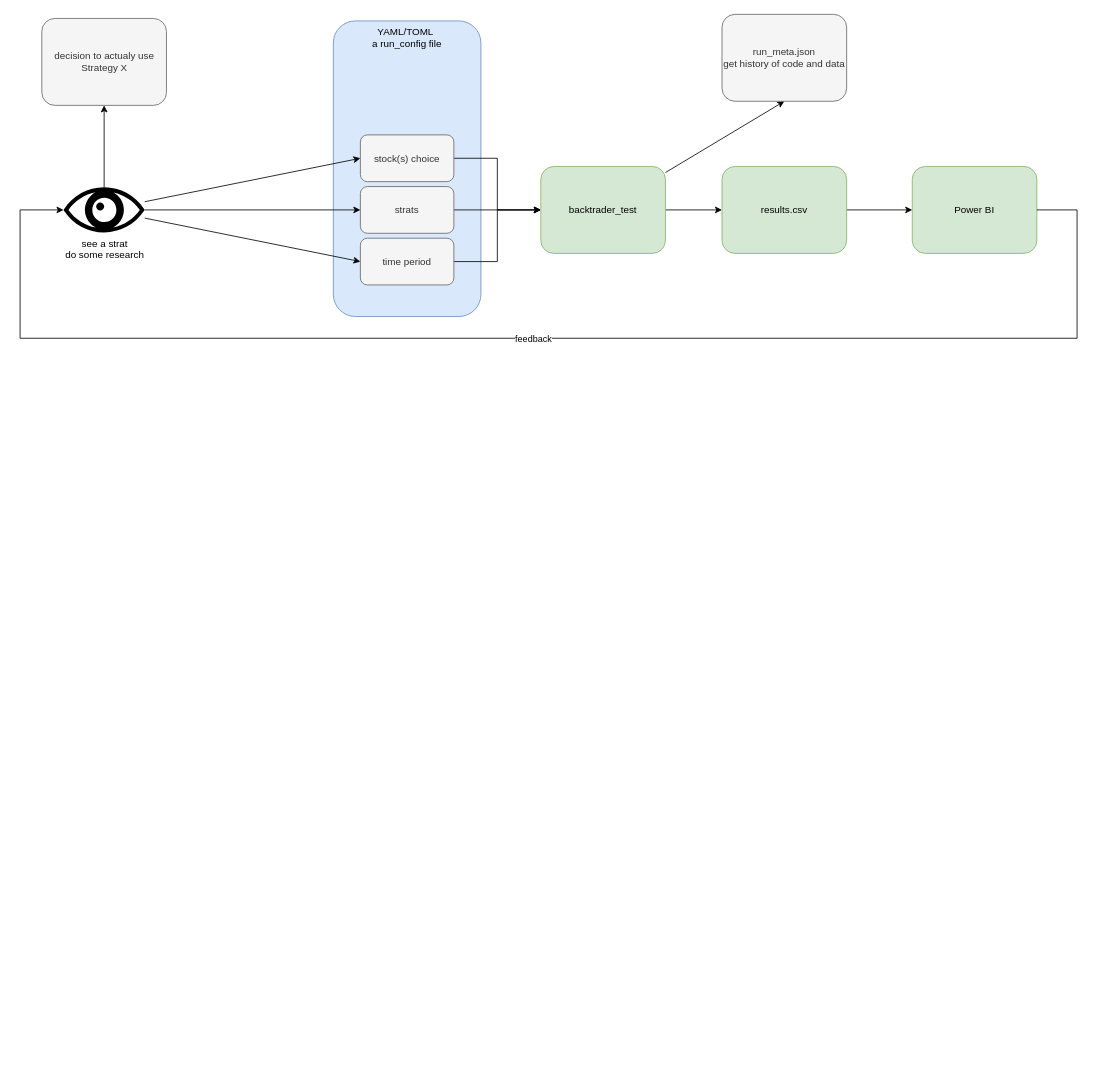
This is page "Page-1" (1 of 4) of Informations.drawio from sh4r-KO/special-tribble, a draw.io file, before an edit. Source tidied: cells renumbered, new cells numbered last; positions are measured from the earlier drawing's top-left corner, leaving out a move shared by most shapes. Both pictures are drawn from the tidied source at 82%, with x=0, y=0 at pixel (20, 14).
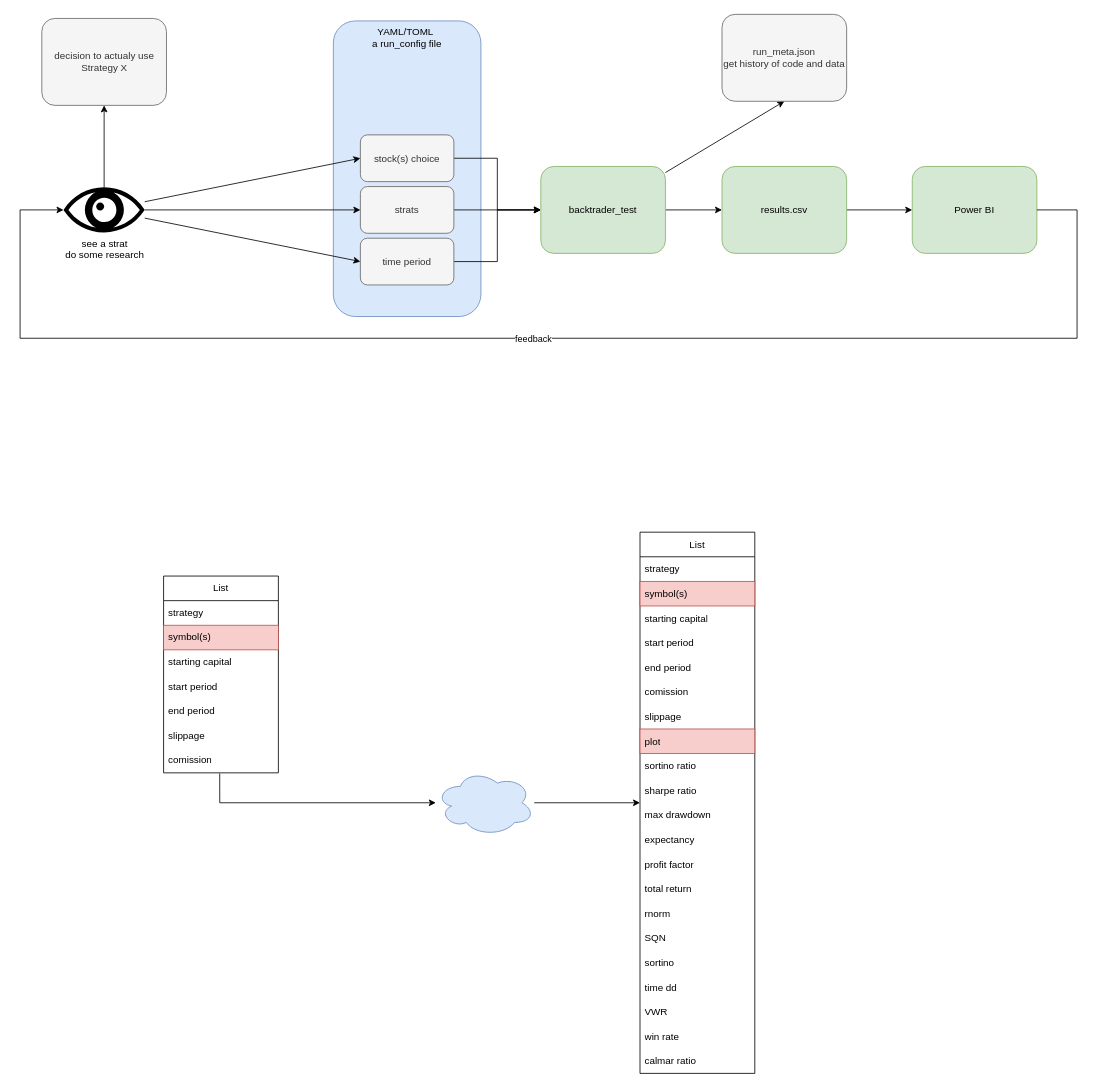
The same page after the edit.

Diff of the diagram source:
```diff
@@
+    <mxCell id="24" style="edgeStyle=orthogonalEdgeStyle;rounded=0;jettySize=auto;html=1;" parent="1" edge="1" source="56" target="34">
+      <mxGeometry relative="1" as="geometry" />
+    </mxCell>
+    <mxCell id="25" style="edgeStyle=orthogonalEdgeStyle;rounded=0;jettySize=auto;html=1;exitX=0.489;exitY=1.027;exitDx=0;exitDy=0;exitPerimeter=0;" parent="1" edge="1" source="33" target="56">
+      <mxGeometry relative="1" as="geometry" />
+    </mxCell>
+    <mxCell id="26" value="List" style="swimlane;fontStyle=0;horizontal=1;startSize=30;whiteSpace=wrap;html=1;" parent="1" vertex="1">
+      <mxGeometry x="175" y="685" width="140" height="240" as="geometry" />
+    </mxCell>
+    <mxCell id="27" value="strategy" style="text;strokeColor=none;fillColor=none;align=left;verticalAlign=middle;spacingLeft=4;spacingRight=4;overflow=hidden;whiteSpace=wrap;html=1;" parent="26" vertex="1">
+      <mxGeometry y="30" width="140" height="30" as="geometry" />
+    </mxCell>
+    <mxCell id="28" value="symbol(s)" style="text;strokeColor=#b85450;fillColor=#f8cecc;align=left;verticalAlign=middle;spacingLeft=4;spacingRight=4;overflow=hidden;whiteSpace=wrap;html=1;" parent="26" vertex="1">
+      <mxGeometry y="60" width="140" height="30" as="geometry" />
+    </mxCell>
+    <mxCell id="29" value="starting capital" style="text;strokeColor=none;fillColor=none;align=left;verticalAlign=middle;spacingLeft=4;spacingRight=4;overflow=hidden;whiteSpace=wrap;html=1;" parent="26" vertex="1">
+      <mxGeometry y="90" width="140" height="30" as="geometry" />
+    </mxCell>
+    <mxCell id="30" value="start period" style="text;strokeColor=none;fillColor=none;align=left;verticalAlign=middle;spacingLeft=4;spacingRight=4;overflow=hidden;whiteSpace=wrap;html=1;" parent="26" vertex="1">
+      <mxGeometry y="120" width="140" height="30" as="geometry" />
+    </mxCell>
+    <mxCell id="31" value="end period" style="text;strokeColor=none;fillColor=none;align=left;verticalAlign=middle;spacingLeft=4;spacingRight=4;overflow=hidden;whiteSpace=wrap;html=1;" parent="26" vertex="1">
+      <mxGeometry y="150" width="140" height="30" as="geometry" />
+    </mxCell>
+    <mxCell id="32" value="slippage" style="text;strokeColor=none;fillColor=none;align=left;verticalAlign=middle;spacingLeft=4;spacingRight=4;overflow=hidden;whiteSpace=wrap;html=1;" parent="26" vertex="1">
+      <mxGeometry y="180" width="140" height="30" as="geometry" />
+    </mxCell>
+    <mxCell id="33" value="comission" style="text;strokeColor=none;fillColor=none;align=left;verticalAlign=middle;spacingLeft=4;spacingRight=4;overflow=hidden;points=[[0,0.5],[1,0.5]];portConstraint=eastwest;whiteSpace=wrap;html=1;" parent="26" vertex="1">
+      <mxGeometry y="210" width="140" height="30" as="geometry" />
+    </mxCell>
+    <mxCell id="34" value="List" style="swimlane;fontStyle=0;horizontal=1;startSize=30;whiteSpace=wrap;html=1;" parent="1" vertex="1">
+      <mxGeometry x="756" y="631.5" width="140" height="660" as="geometry" />
+    </mxCell>
+    <mxCell id="35" value="strategy" style="text;strokeColor=none;fillColor=none;align=left;verticalAlign=middle;spacingLeft=4;spacingRight=4;overflow=hidden;whiteSpace=wrap;html=1;" parent="34" vertex="1">
+      <mxGeometry y="30" width="140" height="30" as="geometry" />
+    </mxCell>
+    <mxCell id="36" value="symbol(s)" style="text;strokeColor=#b85450;fillColor=#f8cecc;align=left;verticalAlign=middle;spacingLeft=4;spacingRight=4;overflow=hidden;whiteSpace=wrap;html=1;" parent="34" vertex="1">
+      <mxGeometry y="60" width="140" height="30" as="geometry" />
+    </mxCell>
+    <mxCell id="37" value="starting capital" style="text;strokeColor=none;fillColor=none;align=left;verticalAlign=middle;spacingLeft=4;spacingRight=4;overflow=hidden;whiteSpace=wrap;html=1;" parent="34" vertex="1">
+      <mxGeometry y="90" width="140" height="30" as="geometry" />
+    </mxCell>
+    <mxCell id="38" value="start period" style="text;strokeColor=none;fillColor=none;align=left;verticalAlign=middle;spacingLeft=4;spacingRight=4;overflow=hidden;whiteSpace=wrap;html=1;" parent="34" vertex="1">
+      <mxGeometry y="120" width="140" height="30" as="geometry" />
+    </mxCell>
+    <mxCell id="39" value="end period" style="text;strokeColor=none;fillColor=none;align=left;verticalAlign=middle;spacingLeft=4;spacingRight=4;overflow=hidden;whiteSpace=wrap;html=1;" parent="34" vertex="1">
+      <mxGeometry y="150" width="140" height="30" as="geometry" />
+    </mxCell>
+    <mxCell id="40" value="comission" style="text;strokeColor=none;fillColor=none;align=left;verticalAlign=middle;spacingLeft=4;spacingRight=4;overflow=hidden;whiteSpace=wrap;html=1;" parent="34" vertex="1">
+      <mxGeometry y="180" width="140" height="30" as="geometry" />
+    </mxCell>
+    <mxCell id="41" value="slippage" style="text;strokeColor=none;fillColor=none;align=left;verticalAlign=middle;spacingLeft=4;spacingRight=4;overflow=hidden;whiteSpace=wrap;html=1;" parent="34" vertex="1">
+      <mxGeometry y="210" width="140" height="30" as="geometry" />
+    </mxCell>
+    <mxCell id="42" value="plot" style="text;strokeColor=#b85450;fillColor=#f8cecc;align=left;verticalAlign=middle;spacingLeft=4;spacingRight=4;overflow=hidden;whiteSpace=wrap;html=1;" parent="34" vertex="1">
+      <mxGeometry y="240" width="140" height="30" as="geometry" />
+    </mxCell>
+    <mxCell id="43" value="sortino ratio" style="text;strokeColor=none;fillColor=none;align=left;verticalAlign=middle;spacingLeft=4;spacingRight=4;overflow=hidden;whiteSpace=wrap;html=1;" parent="34" vertex="1">
+      <mxGeometry y="270" width="140" height="30" as="geometry" />
+    </mxCell>
+    <mxCell id="44" value="sharpe ratio" style="text;strokeColor=none;fillColor=none;align=left;verticalAlign=middle;spacingLeft=4;spacingRight=4;overflow=hidden;whiteSpace=wrap;html=1;" parent="34" vertex="1">
+      <mxGeometry y="300" width="140" height="30" as="geometry" />
+    </mxCell>
+    <mxCell id="45" value="max drawdown" style="text;strokeColor=none;fillColor=none;align=left;verticalAlign=middle;spacingLeft=4;spacingRight=4;overflow=hidden;whiteSpace=wrap;html=1;" parent="34" vertex="1">
+      <mxGeometry y="330" width="140" height="30" as="geometry" />
+    </mxCell>
+    <mxCell id="46" value="expectancy" style="text;strokeColor=none;fillColor=none;align=left;verticalAlign=middle;spacingLeft=4;spacingRight=4;overflow=hidden;whiteSpace=wrap;html=1;" parent="34" vertex="1">
+      <mxGeometry y="360" width="140" height="30" as="geometry" />
+    </mxCell>
+    <mxCell id="47" value="profit factor" style="text;strokeColor=none;fillColor=none;align=left;verticalAlign=middle;spacingLeft=4;spacingRight=4;overflow=hidden;whiteSpace=wrap;html=1;" parent="34" vertex="1">
+      <mxGeometry y="390" width="140" height="30" as="geometry" />
+    </mxCell>
+    <mxCell id="48" value="total return" style="text;strokeColor=none;fillColor=none;align=left;verticalAlign=middle;spacingLeft=4;spacingRight=4;overflow=hidden;whiteSpace=wrap;html=1;" parent="34" vertex="1">
+      <mxGeometry y="420" width="140" height="30" as="geometry" />
+    </mxCell>
+    <mxCell id="49" value="rnorm" style="text;strokeColor=none;fillColor=none;align=left;verticalAlign=middle;spacingLeft=4;spacingRight=4;overflow=hidden;whiteSpace=wrap;html=1;" parent="34" vertex="1">
+      <mxGeometry y="450" width="140" height="30" as="geometry" />
+    </mxCell>
+    <mxCell id="50" value="SQN" style="text;strokeColor=none;fillColor=none;align=left;verticalAlign=middle;spacingLeft=4;spacingRight=4;overflow=hidden;whiteSpace=wrap;html=1;" parent="34" vertex="1">
+      <mxGeometry y="480" width="140" height="30" as="geometry" />
+    </mxCell>
+    <mxCell id="51" value="sortino" style="text;strokeColor=none;fillColor=none;align=left;verticalAlign=middle;spacingLeft=4;spacingRight=4;overflow=hidden;whiteSpace=wrap;html=1;" parent="34" vertex="1">
+      <mxGeometry y="510" width="140" height="30" as="geometry" />
+    </mxCell>
+    <mxCell id="52" value="time dd" style="text;strokeColor=none;fillColor=none;align=left;verticalAlign=middle;spacingLeft=4;spacingRight=4;overflow=hidden;whiteSpace=wrap;html=1;" parent="34" vertex="1">
+      <mxGeometry y="540" width="140" height="30" as="geometry" />
+    </mxCell>
+    <mxCell id="53" value="VWR" style="text;strokeColor=none;fillColor=none;align=left;verticalAlign=middle;spacingLeft=4;spacingRight=4;overflow=hidden;whiteSpace=wrap;html=1;" parent="34" vertex="1">
+      <mxGeometry y="570" width="140" height="30" as="geometry" />
+    </mxCell>
+    <mxCell id="54" value="win rate" style="text;strokeColor=none;fillColor=none;align=left;verticalAlign=middle;spacingLeft=4;spacingRight=4;overflow=hidden;whiteSpace=wrap;html=1;" parent="34" vertex="1">
+      <mxGeometry y="600" width="140" height="30" as="geometry" />
+    </mxCell>
+    <mxCell id="55" value="calmar ratio" style="text;strokeColor=none;fillColor=none;align=left;verticalAlign=middle;spacingLeft=4;spacingRight=4;overflow=hidden;whiteSpace=wrap;html=1;" parent="34" vertex="1">
+      <mxGeometry y="630" width="140" height="30" as="geometry" />
+    </mxCell>
+    <mxCell id="56" style="ellipse;shape=cloud;whiteSpace=wrap;html=1;fillColor=#dae8fc;strokeColor=#6c8ebf;" parent="1" vertex="1">
+      <mxGeometry x="507" y="921.5" width="120" height="80" as="geometry" />
+    </mxCell>
```
